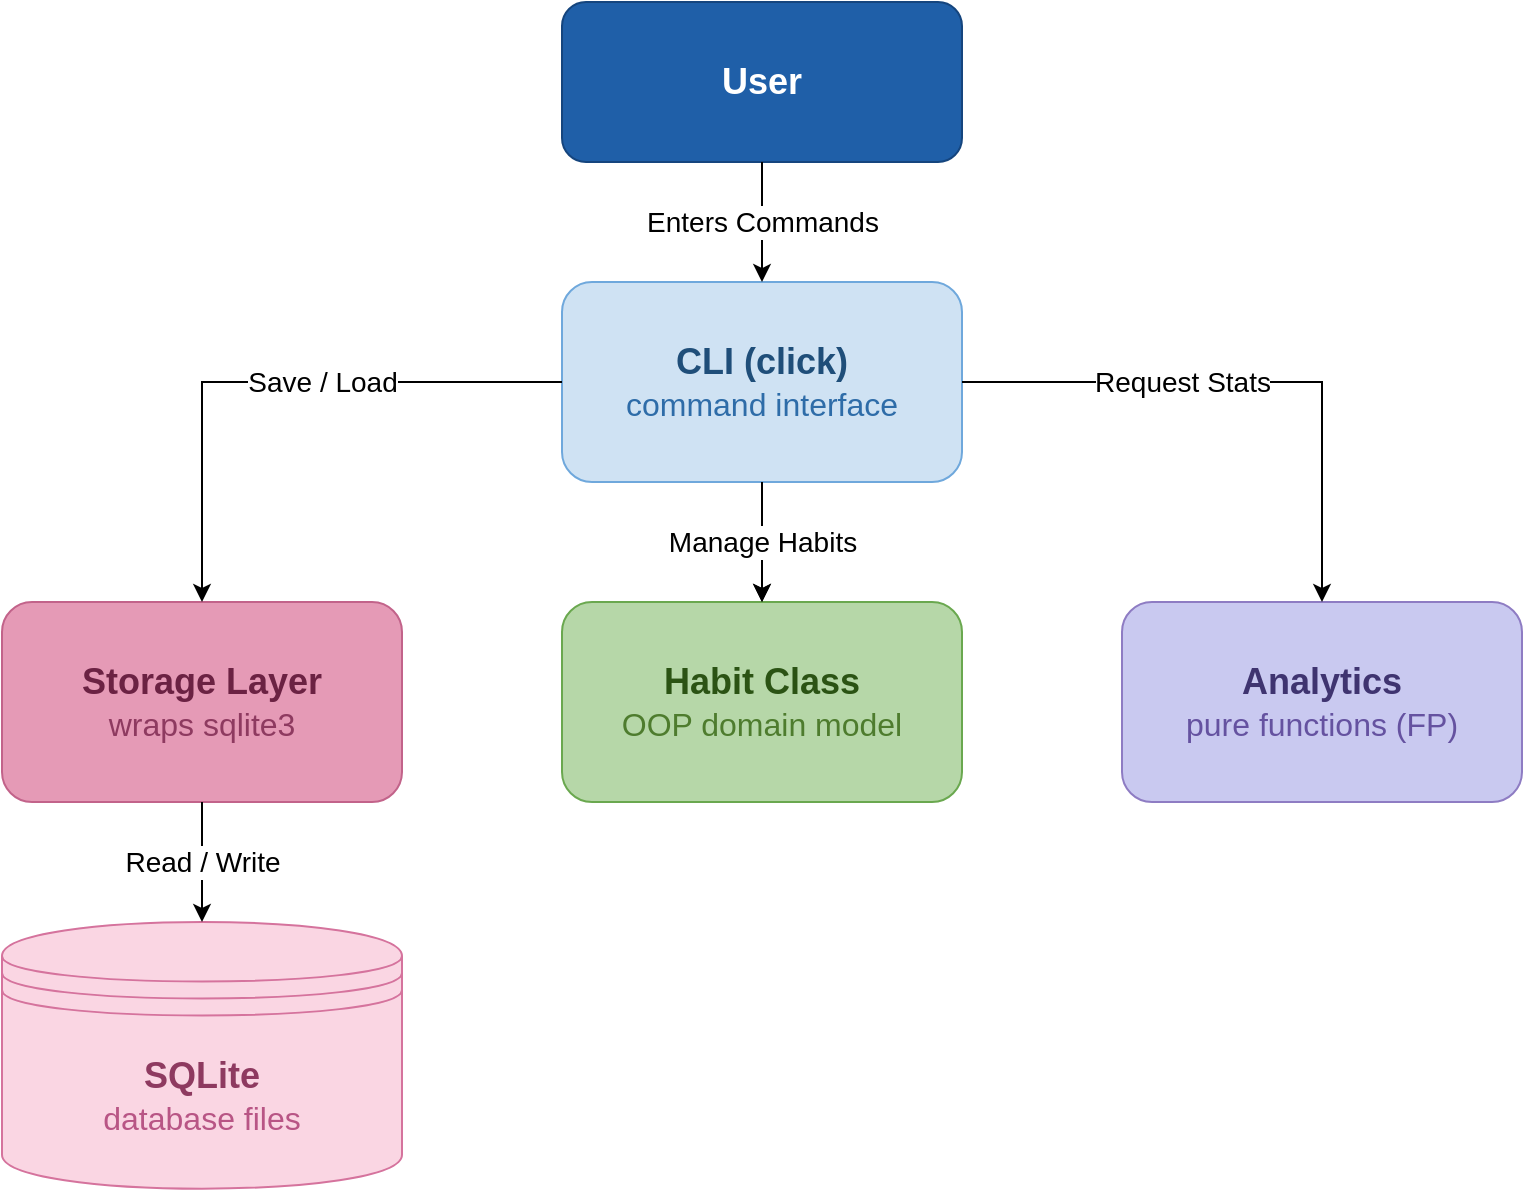
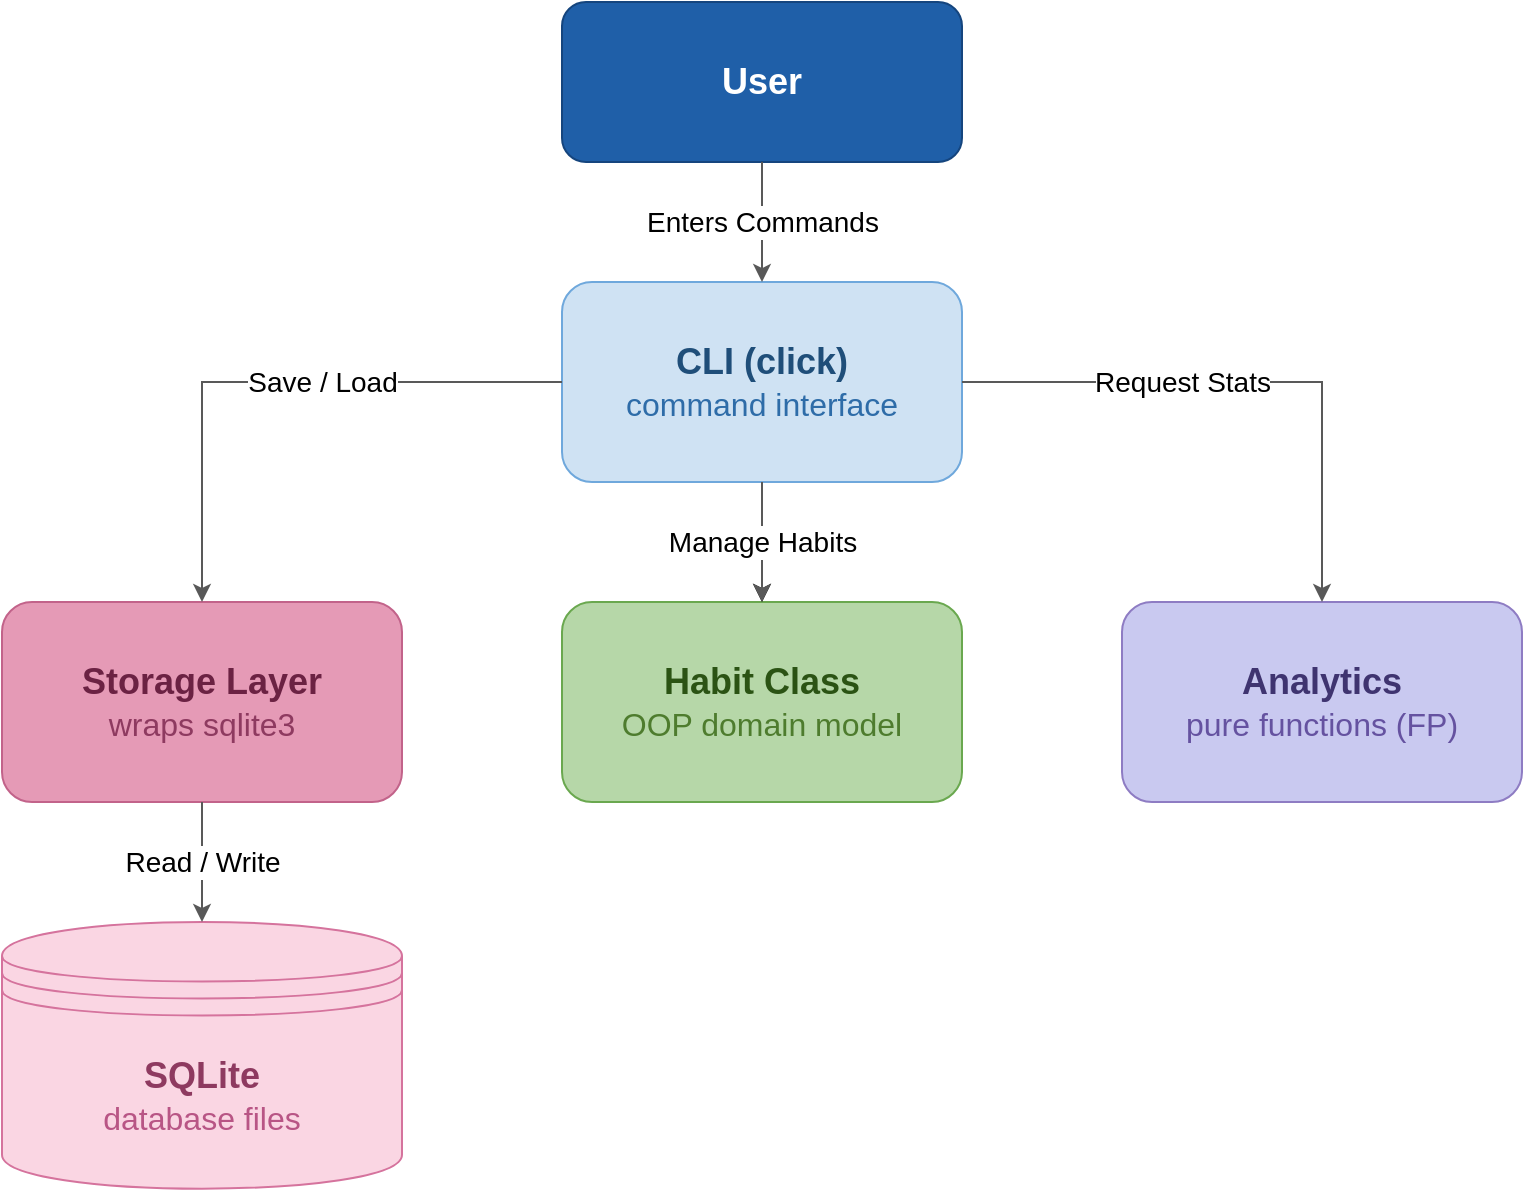
<mxfile host="app.diagrams.net">
  <diagram name="Page-1" id="2-AuPec4Klk4-ejFk99L">
    <mxGraphModel dx="1712" dy="926" grid="1" gridSize="10" guides="1" tooltips="1" connect="1" arrows="1" fold="1" page="1" pageScale="1" pageWidth="850" pageHeight="1100" math="0" shadow="0">
      <root>
        <mxCell id="0" />
        <mxCell id="1" parent="0" />
        <mxCell id="H1Q1-xOWP-oL8ypp1d9d-1" parent="1" style="rounded=1;whiteSpace=wrap;html=1;fillColor=#1F5FA8;strokeColor=#15457E;fontColor=#FFFFFF;" value="&lt;font style=&quot;font-size: 18px;&quot;&gt;&lt;b&gt;User&lt;/b&gt;&lt;/font&gt;" vertex="1">
          <mxGeometry height="80" width="200" x="320" y="180" as="geometry" />
        </mxCell>
        <mxCell id="H1Q1-xOWP-oL8ypp1d9d-2" parent="1" style="rounded=1;whiteSpace=wrap;html=1;fillColor=#B6D7A8;strokeColor=#6AA84F;" value="&lt;div&gt;&lt;font style=&quot;font-size: 18px; color: rgb(43, 83, 20);&quot;&gt;&lt;b&gt;Habit Class&lt;/b&gt;&lt;/font&gt;&lt;/div&gt;&lt;div&gt;&lt;font style=&quot;font-size: 16px; color: rgb(78, 124, 46);&quot;&gt;OOP domain model&lt;/font&gt;&lt;/div&gt;" vertex="1">
          <mxGeometry height="100" width="200" x="320" y="480" as="geometry" />
        </mxCell>
        <mxCell id="H1Q1-xOWP-oL8ypp1d9d-3" parent="1" style="rounded=1;whiteSpace=wrap;html=1;fillColor=#E59AB6;strokeColor=#C2638A;" value="&lt;div&gt;&lt;font style=&quot;font-size: 18px; color: rgb(107, 34, 67);&quot;&gt;&lt;b&gt;Storage Layer&lt;/b&gt;&lt;/font&gt;&lt;/div&gt;&lt;div&gt;&lt;font style=&quot;font-size: 16px; color: rgb(142, 58, 96);&quot;&gt;wraps sqlite3&lt;/font&gt;&lt;/div&gt;" vertex="1">
          <mxGeometry height="100" width="200" x="40" y="480" as="geometry" />
        </mxCell>
        <mxCell id="H1Q1-xOWP-oL8ypp1d9d-16" edge="1" parent="1" source="H1Q1-xOWP-oL8ypp1d9d-4" style="edgeStyle=orthogonalEdgeStyle;rounded=0;orthogonalLoop=1;jettySize=auto;html=1;" target="H1Q1-xOWP-oL8ypp1d9d-2" value="">
          <mxGeometry relative="1" as="geometry" />
        </mxCell>
        <mxCell id="H1Q1-xOWP-oL8ypp1d9d-4" parent="1" style="rounded=1;whiteSpace=wrap;html=1;fillColor=#CFE2F3;strokeColor=#6FA8DC;" value="&lt;div&gt;&lt;font style=&quot;font-size: 18px; color: rgb(31, 78, 121);&quot;&gt;&lt;b&gt;CLI (click)&lt;/b&gt;&lt;/font&gt;&lt;/div&gt;&lt;div&gt;&lt;font style=&quot;font-size: 16px; color: rgb(46, 108, 168);&quot;&gt;command interface&lt;/font&gt;&lt;/div&gt;" vertex="1">
          <mxGeometry height="100" width="200" x="320" y="320" as="geometry" />
        </mxCell>
        <mxCell id="H1Q1-xOWP-oL8ypp1d9d-5" parent="1" style="rounded=1;whiteSpace=wrap;html=1;fillColor=#C9C9F0;strokeColor=#8E7CC3;" value="&lt;div&gt;&lt;font style=&quot;font-size: 18px; color: rgb(63, 52, 112);&quot;&gt;&lt;b&gt;Analytics&lt;/b&gt;&lt;/font&gt;&lt;/div&gt;&lt;div&gt;&lt;font style=&quot;font-size: 16px; color: rgb(101, 82, 160);&quot;&gt;pure functions (FP)&lt;/font&gt;&lt;/div&gt;" vertex="1">
          <mxGeometry height="100" width="200" x="600" y="480" as="geometry" />
        </mxCell>
        <mxCell id="H1Q1-xOWP-oL8ypp1d9d-6" parent="1" style="shape=datastore;whiteSpace=wrap;html=1;aspect=fixed;fillColor=#FAD6E3;strokeColor=#D5739D;" value="&lt;div&gt;&lt;font style=&quot;font-size: 18px; color: rgb(142, 58, 96);&quot;&gt;&lt;b&gt;SQLite&lt;/b&gt;&lt;/font&gt;&lt;/div&gt;&lt;div&gt;&lt;font style=&quot;font-size: 16px; color: rgb(184, 85, 133);&quot;&gt;database files&lt;/font&gt;&lt;/div&gt;" vertex="1">
          <mxGeometry height="133.33" width="200" x="40" y="640" as="geometry" />
        </mxCell>
-         <mxCell id="H1Q1-xOWP-oL8ypp1d9d-7" edge="1" parent="1" source="H1Q1-xOWP-oL8ypp1d9d-1" style="endArrow=classic;html=1;rounded=0;exitX=0.5;exitY=1;exitDx=0;exitDy=0;entryX=0.5;entryY=0;entryDx=0;entryDy=0;" target="H1Q1-xOWP-oL8ypp1d9d-4" value="">
+         <mxCell id="H1Q1-xOWP-oL8ypp1d9d-7" edge="1" parent="1" source="H1Q1-xOWP-oL8ypp1d9d-1" style="endArrow=classic;html=1;rounded=0;exitX=0.5;exitY=1;exitDx=0;exitDy=0;entryX=0.5;entryY=0;entryDx=0;entryDy=0;strokeColor=#595959;" target="H1Q1-xOWP-oL8ypp1d9d-4" value="">
          <mxGeometry relative="1" as="geometry">
            <mxPoint x="110" y="360" as="sourcePoint" />
            <mxPoint x="210" y="360" as="targetPoint" />
          </mxGeometry>
        </mxCell>
        <mxCell id="H1Q1-xOWP-oL8ypp1d9d-8" connectable="0" parent="H1Q1-xOWP-oL8ypp1d9d-7" style="edgeLabel;resizable=0;html=1;;align=center;verticalAlign=middle;" value="&lt;font style=&quot;font-size: 14px;&quot;&gt;Enters Commands&lt;/font&gt;" vertex="1">
          <mxGeometry relative="1" as="geometry" />
        </mxCell>
-         <mxCell id="H1Q1-xOWP-oL8ypp1d9d-9" edge="1" parent="1" source="H1Q1-xOWP-oL8ypp1d9d-4" style="endArrow=classic;html=1;rounded=0;exitX=0;exitY=0.5;exitDx=0;exitDy=0;entryX=0.5;entryY=0;entryDx=0;entryDy=0;" target="H1Q1-xOWP-oL8ypp1d9d-3" value="">
+         <mxCell id="H1Q1-xOWP-oL8ypp1d9d-9" edge="1" parent="1" source="H1Q1-xOWP-oL8ypp1d9d-4" style="endArrow=classic;html=1;rounded=0;exitX=0;exitY=0.5;exitDx=0;exitDy=0;entryX=0.5;entryY=0;entryDx=0;entryDy=0;strokeColor=#595959;" target="H1Q1-xOWP-oL8ypp1d9d-3" value="">
          <mxGeometry relative="1" as="geometry">
            <Array as="points">
              <mxPoint x="140" y="370" />
            </Array>
            <mxPoint x="260" y="440" as="sourcePoint" />
            <mxPoint x="260" y="500" as="targetPoint" />
          </mxGeometry>
        </mxCell>
        <mxCell id="H1Q1-xOWP-oL8ypp1d9d-10" connectable="0" parent="H1Q1-xOWP-oL8ypp1d9d-9" style="edgeLabel;resizable=0;html=1;;align=center;verticalAlign=middle;" value="&lt;font style=&quot;font-size: 14px;&quot;&gt;Save / Load&lt;/font&gt;" vertex="1">
          <mxGeometry relative="1" as="geometry">
            <mxPoint x="25" as="offset" />
          </mxGeometry>
        </mxCell>
-         <mxCell id="H1Q1-xOWP-oL8ypp1d9d-11" edge="1" parent="1" source="H1Q1-xOWP-oL8ypp1d9d-4" style="endArrow=classic;html=1;rounded=0;exitX=1;exitY=0.5;exitDx=0;exitDy=0;entryX=0.5;entryY=0;entryDx=0;entryDy=0;" target="H1Q1-xOWP-oL8ypp1d9d-5" value="">
+         <mxCell id="H1Q1-xOWP-oL8ypp1d9d-11" edge="1" parent="1" source="H1Q1-xOWP-oL8ypp1d9d-4" style="endArrow=classic;html=1;rounded=0;exitX=1;exitY=0.5;exitDx=0;exitDy=0;entryX=0.5;entryY=0;entryDx=0;entryDy=0;strokeColor=#595959;" target="H1Q1-xOWP-oL8ypp1d9d-5" value="">
          <mxGeometry relative="1" as="geometry">
            <Array as="points">
              <mxPoint x="700" y="370" />
            </Array>
            <mxPoint x="530" y="360" as="sourcePoint" />
            <mxPoint x="760" y="420" as="targetPoint" />
          </mxGeometry>
        </mxCell>
        <mxCell id="H1Q1-xOWP-oL8ypp1d9d-12" connectable="0" parent="H1Q1-xOWP-oL8ypp1d9d-11" style="edgeLabel;resizable=0;html=1;;align=center;verticalAlign=middle;" value="&lt;font style=&quot;font-size: 14px;&quot;&gt;Request Stats&lt;/font&gt;" vertex="1">
          <mxGeometry relative="1" as="geometry">
            <mxPoint x="-35" as="offset" />
          </mxGeometry>
        </mxCell>
-         <mxCell id="H1Q1-xOWP-oL8ypp1d9d-13" edge="1" parent="1" source="H1Q1-xOWP-oL8ypp1d9d-4" style="endArrow=classic;html=1;rounded=0;exitX=0.5;exitY=1;exitDx=0;exitDy=0;entryX=0.5;entryY=0;entryDx=0;entryDy=0;" target="H1Q1-xOWP-oL8ypp1d9d-2" value="">
+         <mxCell id="H1Q1-xOWP-oL8ypp1d9d-13" edge="1" parent="1" source="H1Q1-xOWP-oL8ypp1d9d-4" style="endArrow=classic;html=1;rounded=0;exitX=0.5;exitY=1;exitDx=0;exitDy=0;entryX=0.5;entryY=0;entryDx=0;entryDy=0;strokeColor=#595959;" target="H1Q1-xOWP-oL8ypp1d9d-2" value="">
          <mxGeometry relative="1" as="geometry">
            <mxPoint x="425" y="440" as="sourcePoint" />
            <mxPoint x="425" y="500" as="targetPoint" />
          </mxGeometry>
        </mxCell>
        <mxCell id="H1Q1-xOWP-oL8ypp1d9d-14" connectable="0" parent="H1Q1-xOWP-oL8ypp1d9d-13" style="edgeLabel;resizable=0;html=1;;align=center;verticalAlign=middle;" value="&lt;font style=&quot;font-size: 14px;&quot;&gt;Manage Habits&lt;/font&gt;" vertex="1">
          <mxGeometry relative="1" as="geometry" />
        </mxCell>
-         <mxCell id="H1Q1-xOWP-oL8ypp1d9d-17" edge="1" parent="1" source="H1Q1-xOWP-oL8ypp1d9d-3" style="endArrow=classic;html=1;rounded=0;exitX=0.5;exitY=1;exitDx=0;exitDy=0;entryX=0.5;entryY=0;entryDx=0;entryDy=0;" target="H1Q1-xOWP-oL8ypp1d9d-6" value="">
+         <mxCell id="H1Q1-xOWP-oL8ypp1d9d-17" edge="1" parent="1" source="H1Q1-xOWP-oL8ypp1d9d-3" style="endArrow=classic;html=1;rounded=0;exitX=0.5;exitY=1;exitDx=0;exitDy=0;entryX=0.5;entryY=0;entryDx=0;entryDy=0;strokeColor=#595959;" target="H1Q1-xOWP-oL8ypp1d9d-6" value="">
          <mxGeometry relative="1" as="geometry">
            <mxPoint x="400" y="680" as="sourcePoint" />
            <mxPoint x="400" y="740" as="targetPoint" />
          </mxGeometry>
        </mxCell>
        <mxCell id="H1Q1-xOWP-oL8ypp1d9d-18" connectable="0" parent="H1Q1-xOWP-oL8ypp1d9d-17" style="edgeLabel;resizable=0;html=1;;align=center;verticalAlign=middle;" value="&lt;font style=&quot;font-size: 14px;&quot;&gt;Read / Write&lt;/font&gt;" vertex="1">
          <mxGeometry relative="1" as="geometry" />
        </mxCell>
      </root>
    </mxGraphModel>
  </diagram>
</mxfile>
